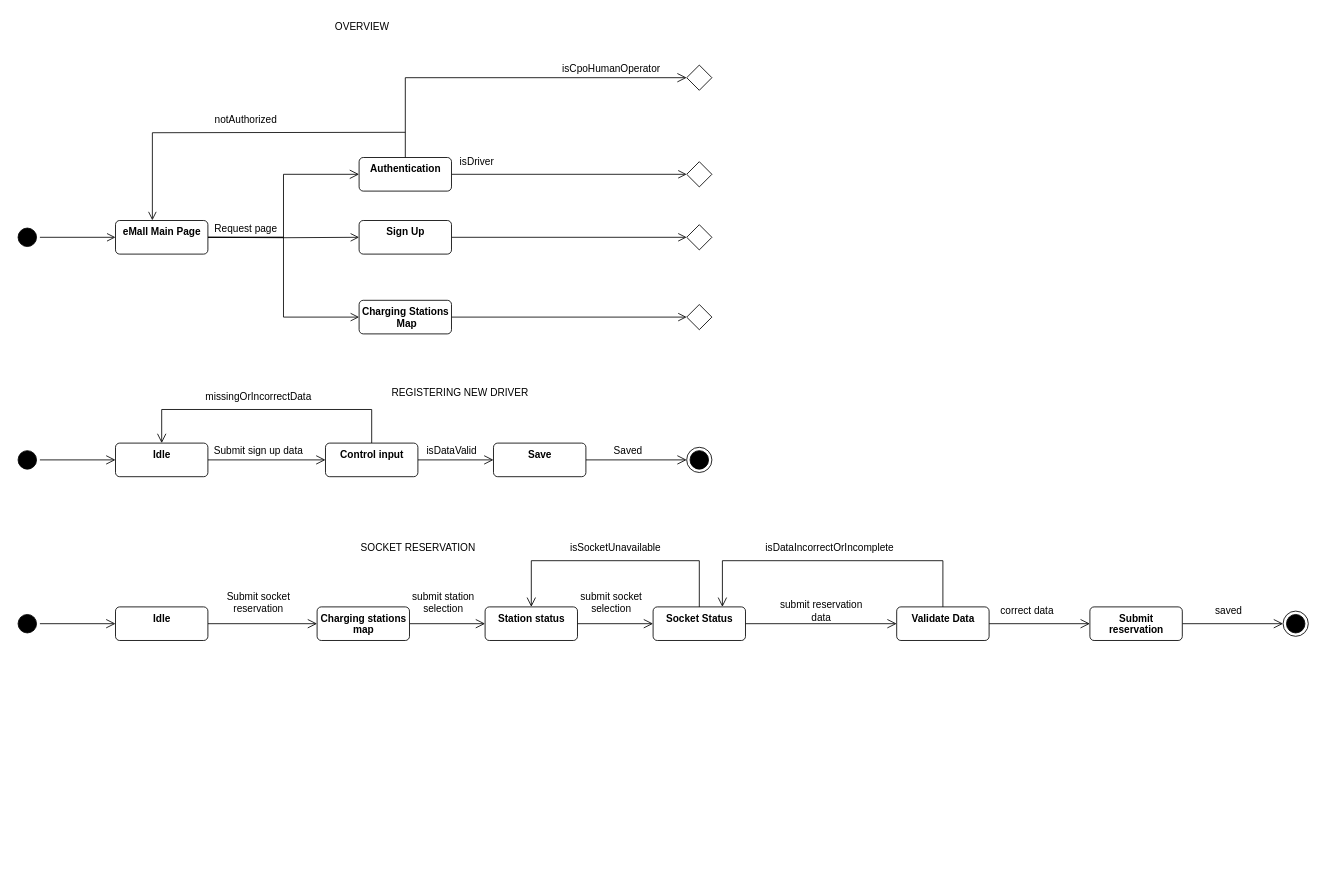
claudioeutizi/eMall_RASD-DD keeps this draw.io diagram as page "Interaction diagrams eMSP" (1 of 3) of diagrams.drawio. Above is the earlier version. Source tidied: cells renumbered, new cells numbered last; positions are measured from the earlier drawing's top-left corner, leaving out a move shared by most shapes. Both pictures are drawn from the tidied source at 84%, with x=0, y=0 at pixel (14, 14).
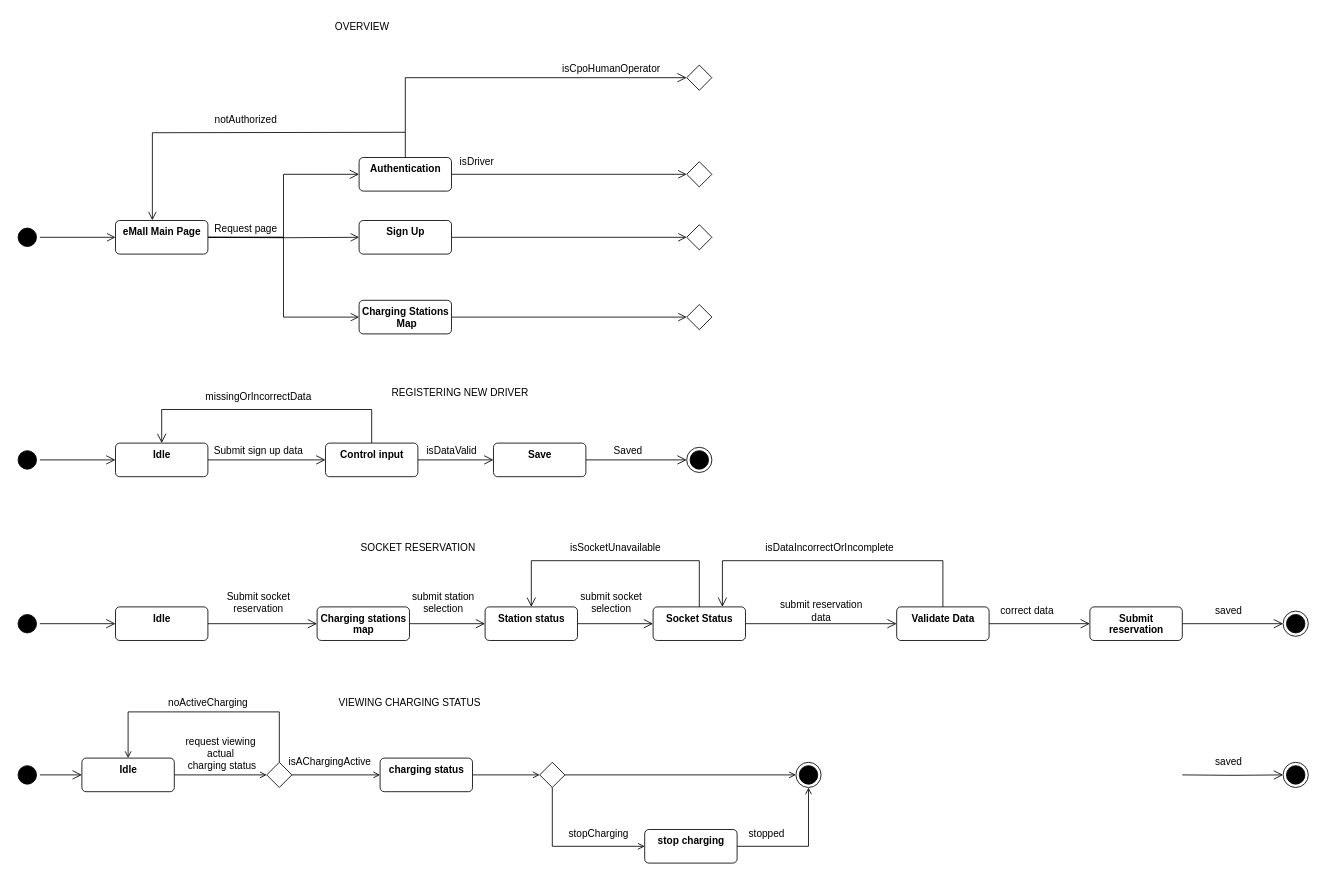
Above is the later version.

What changed in the source:
```diff
@@
+    <mxCell id="66" style="edgeStyle=orthogonalEdgeStyle;rounded=0;jettySize=auto;html=1;exitX=1;exitY=0.5;exitDx=0;exitDy=0;entryX=0;entryY=0.5;entryDx=0;entryDy=0;endArrow=open;endFill=0;endSize=9;" parent="1" edge="1" source="67" target="70">
+      <mxGeometry relative="1" as="geometry" />
+    </mxCell>
+    <mxCell id="67" style="ellipse;html=1;shape=startState;fillColor=#000000;strokeColor=#050505;" parent="1" vertex="1">
+      <mxGeometry y="890" width="30" height="30" as="geometry" />
+    </mxCell>
+    <mxCell id="68" style="ellipse;html=1;shape=endState;fillColor=strokeColor;" parent="1" vertex="1">
+      <mxGeometry x="1510" y="890" width="30" height="30" as="geometry" />
+    </mxCell>
+    <mxCell id="69" style="edgeStyle=orthogonalEdgeStyle;rounded=0;jettySize=auto;html=1;exitX=1;exitY=0.5;exitDx=0;exitDy=0;entryX=0;entryY=0.5;entryDx=0;entryDy=0;endArrow=open;endFill=0;startSize=9;" parent="1" edge="1" source="70" target="79">
+      <mxGeometry relative="1" as="geometry" />
+    </mxCell>
+    <mxCell id="70" value="&lt;b&gt;Idle&lt;/b&gt;" style="html=1;align=center;verticalAlign=top;rounded=1;absoluteArcSize=1;arcSize=10;dashed=0;" parent="1" vertex="1">
+      <mxGeometry x="80" y="885" width="110" height="40" as="geometry" />
+    </mxCell>
+    <mxCell id="71" value="request viewing&lt;br&gt;actual&lt;br&gt;&amp;nbsp;charging status" style="text;html=1;align=center;verticalAlign=middle;strokeColor=none;fillColor=none;" parent="1" vertex="1">
+      <mxGeometry x="190" y="850" width="110" height="60" as="geometry" />
+    </mxCell>
+    <mxCell id="72" style="edgeStyle=orthogonalEdgeStyle;rounded=0;jettySize=auto;html=1;exitX=1;exitY=0.5;exitDx=0;exitDy=0;entryX=0;entryY=0.5;entryDx=0;entryDy=0;endArrow=open;endFill=0;endSize=9;" parent="1" edge="1" target="68">
+      <mxGeometry relative="1" as="geometry">
+        <mxPoint x="1390" y="905" as="sourcePoint" />
+      </mxGeometry>
+    </mxCell>
+    <mxCell id="73" value="saved" style="text;html=1;align=center;verticalAlign=middle;strokeColor=none;fillColor=none;" parent="1" vertex="1">
+      <mxGeometry x="1415" y="875" width="60" height="30" as="geometry" />
+    </mxCell>
+    <mxCell id="74" style="edgeStyle=orthogonalEdgeStyle;rounded=0;jettySize=auto;html=1;exitX=1;exitY=0.5;exitDx=0;exitDy=0;endArrow=open;endFill=0;startSize=9;entryX=0;entryY=0.5;entryDx=0;entryDy=0;" parent="1" edge="1" source="76" target="83">
+      <mxGeometry relative="1" as="geometry" />
+    </mxCell>
+    <mxCell id="75" style="edgeStyle=orthogonalEdgeStyle;rounded=0;jettySize=auto;html=1;exitX=0.5;exitY=1;exitDx=0;exitDy=0;entryX=0;entryY=0.5;entryDx=0;entryDy=0;endArrow=open;endFill=0;startSize=9;" parent="1" edge="1" source="83" target="86">
+      <mxGeometry relative="1" as="geometry">
+        <Array as="points">
+          <mxPoint x="640" y="990" />
+          <mxPoint x="740" y="990" />
+        </Array>
+      </mxGeometry>
+    </mxCell>
+    <mxCell id="76" value="&lt;b&gt;charging status&lt;/b&gt;" style="html=1;align=center;verticalAlign=top;rounded=1;absoluteArcSize=1;arcSize=10;dashed=0;" parent="1" vertex="1">
+      <mxGeometry x="435" y="885" width="110" height="40" as="geometry" />
+    </mxCell>
+    <mxCell id="77" style="edgeStyle=orthogonalEdgeStyle;rounded=0;jettySize=auto;html=1;exitX=0.5;exitY=0;exitDx=0;exitDy=0;entryX=0.5;entryY=0;entryDx=0;entryDy=0;endArrow=open;endFill=0;startSize=9;" parent="1" edge="1" source="79" target="70">
+      <mxGeometry relative="1" as="geometry">
+        <Array as="points">
+          <mxPoint x="315" y="830" />
+          <mxPoint x="135" y="830" />
+        </Array>
+      </mxGeometry>
+    </mxCell>
+    <mxCell id="78" style="edgeStyle=orthogonalEdgeStyle;rounded=0;jettySize=auto;html=1;exitX=1;exitY=0.5;exitDx=0;exitDy=0;entryX=0;entryY=0.5;entryDx=0;entryDy=0;endArrow=open;endFill=0;startSize=9;" parent="1" edge="1" source="79" target="76">
+      <mxGeometry relative="1" as="geometry" />
+    </mxCell>
+    <mxCell id="79" style="rhombus;" parent="1" vertex="1">
+      <mxGeometry x="300" y="890" width="30" height="30" as="geometry" />
+    </mxCell>
+    <mxCell id="80" value="isAChargingActive" style="text;html=1;align=center;verticalAlign=middle;strokeColor=none;fillColor=none;" parent="1" vertex="1">
+      <mxGeometry x="315" y="875" width="120" height="30" as="geometry" />
+    </mxCell>
+    <mxCell id="81" value="noActiveCharging" style="text;html=1;align=center;verticalAlign=middle;strokeColor=none;fillColor=none;" parent="1" vertex="1">
+      <mxGeometry x="170" y="805" width="120" height="30" as="geometry" />
+    </mxCell>
+    <mxCell id="82" style="edgeStyle=orthogonalEdgeStyle;rounded=0;jettySize=auto;html=1;exitX=1;exitY=0.5;exitDx=0;exitDy=0;entryX=0;entryY=0.5;entryDx=0;entryDy=0;endArrow=open;endFill=0;startSize=9;" parent="1" edge="1" source="83" target="84">
+      <mxGeometry relative="1" as="geometry" />
+    </mxCell>
+    <mxCell id="83" style="rhombus;" parent="1" vertex="1">
+      <mxGeometry x="625" y="890" width="30" height="30" as="geometry" />
+    </mxCell>
+    <mxCell id="84" style="ellipse;html=1;shape=endState;fillColor=strokeColor;" parent="1" vertex="1">
+      <mxGeometry x="930" y="890" width="30" height="30" as="geometry" />
+    </mxCell>
+    <mxCell id="85" style="edgeStyle=orthogonalEdgeStyle;rounded=0;jettySize=auto;html=1;exitX=1;exitY=0.5;exitDx=0;exitDy=0;entryX=0.5;entryY=1;entryDx=0;entryDy=0;endArrow=open;endFill=0;startSize=9;" parent="1" edge="1" source="86" target="84">
+      <mxGeometry relative="1" as="geometry" />
+    </mxCell>
+    <mxCell id="86" value="&lt;b&gt;stop charging&lt;/b&gt;" style="html=1;align=center;verticalAlign=top;rounded=1;absoluteArcSize=1;arcSize=10;dashed=0;" parent="1" vertex="1">
+      <mxGeometry x="750" y="970" width="110" height="40" as="geometry" />
+    </mxCell>
+    <mxCell id="87" value="stopCharging" style="text;html=1;align=center;verticalAlign=middle;strokeColor=none;fillColor=none;" parent="1" vertex="1">
+      <mxGeometry x="650" y="960" width="90" height="30" as="geometry" />
+    </mxCell>
+    <mxCell id="88" style="edgeStyle=orthogonalEdgeStyle;rounded=0;orthogonalLoop=1;jettySize=auto;html=1;exitX=0.5;exitY=1;exitDx=0;exitDy=0;endArrow=open;endFill=0;startSize=9;" parent="1" edge="1" source="86" target="86">
+      <mxGeometry relative="1" as="geometry" />
+    </mxCell>
+    <mxCell id="89" value="stopped" style="text;html=1;align=center;verticalAlign=middle;strokeColor=none;fillColor=none;" parent="1" vertex="1">
+      <mxGeometry x="860" y="960" width="70" height="30" as="geometry" />
+    </mxCell>
+    <mxCell id="90" value="VIEWING CHARGING STATUS" style="text;html=1;align=center;verticalAlign=middle;strokeColor=none;fillColor=none;" parent="1" vertex="1">
+      <mxGeometry x="375" y="805" width="190" height="30" as="geometry" />
+    </mxCell>
```
